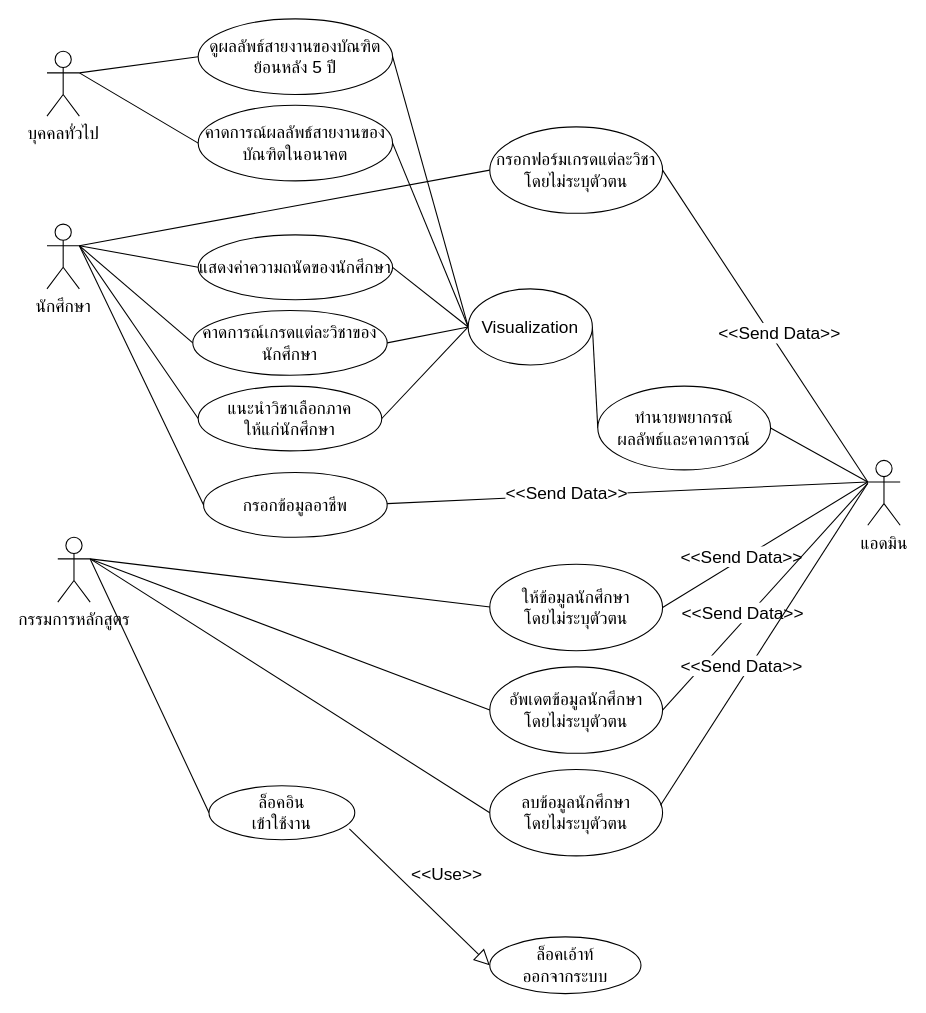
MashMaleLLO/Analytics_and_Prediction_System_for_CE_Curriculum_administrators keeps this draw.io diagram as Design_Architecture/Usecase.drawio. Above is the earlier version. Source tidied: cells renumbered, new cells numbered last; positions are measured from the earlier drawing's top-left corner, leaving out a move shared by most shapes. Both pictures are drawn from the tidied source at 108%, with x=0, y=0 at pixel (46, 18).
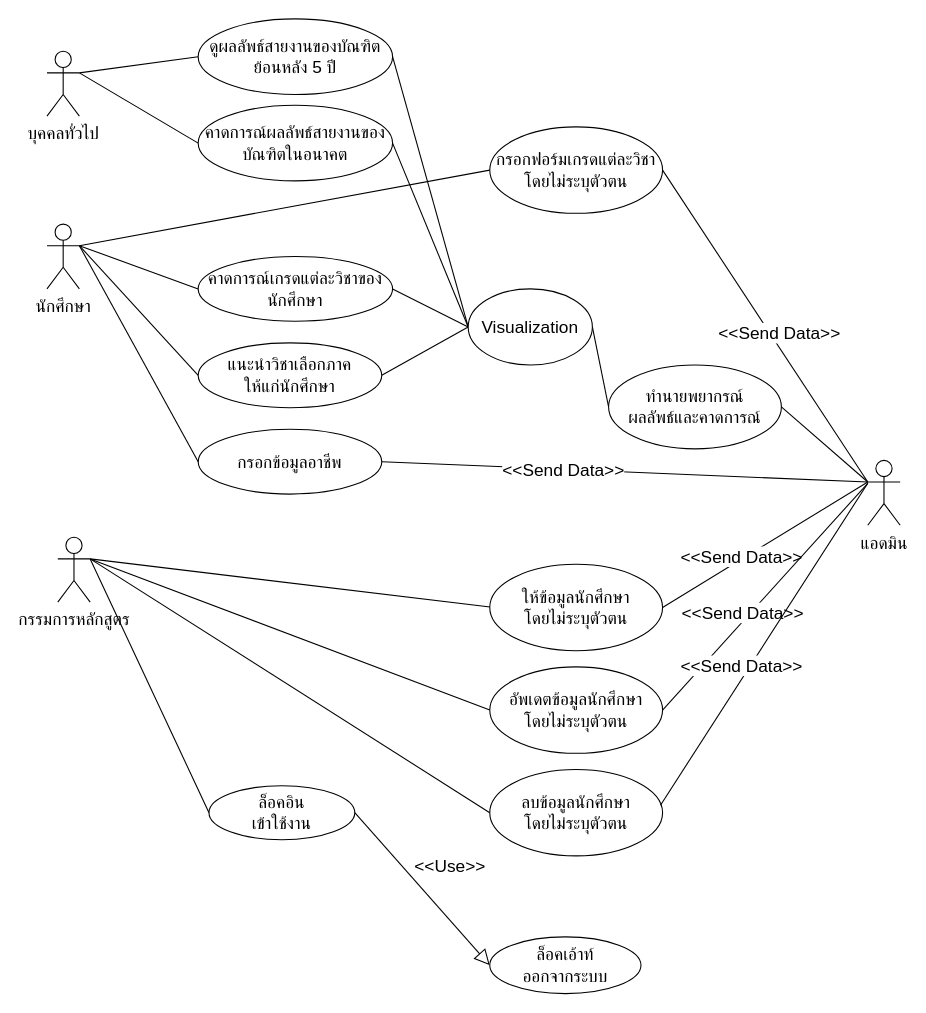
The same diagram, later.

The change refers to these unchanged cells:
```xml
<mxCell id="6" value="นักศึกษา" style="shape=umlActor;verticalLabelPosition=bottom;verticalAlign=top;html=1;outlineConnect=0;fontSize=16;" parent="1" vertex="1">
  <mxGeometry y="190" width="30" height="60" as="geometry" />
</mxCell>
<mxCell id="12" value="ล็อคอิน&lt;br&gt;เข้าใช้งาน" style="ellipse;whiteSpace=wrap;html=1;fontSize=16;" parent="1" vertex="1">
  <mxGeometry x="150" y="710" width="135" height="50" as="geometry" />
</mxCell>
<mxCell id="16" value="ล็อคเอ้าท์&lt;br&gt;ออกจากระบบ" style="ellipse;whiteSpace=wrap;html=1;fontSize=16;" parent="1" vertex="1">
  <mxGeometry x="410" y="850" width="140" height="52.5" as="geometry" />
</mxCell>
<mxCell id="33" value="Visualization" style="ellipse;whiteSpace=wrap;html=1;fontSize=16;" parent="1" vertex="1">
  <mxGeometry x="390" y="250" width="115" height="70.5" as="geometry" />
</mxCell>
```

What changed in the source:
```diff
@@
-    <mxCell id="3" style="edgeStyle=none;rounded=0;jettySize=auto;html=1;exitX=1;exitY=0.3333333333333333;exitDx=0;exitDy=0;exitPerimeter=0;entryX=0;entryY=0.5;entryDx=0;entryDy=0;startArrow=none;startFill=0;endArrow=none;endFill=0;strokeColor=default;fontSize=16;" parent="1" edge="1" source="6" target="22">
-      <mxGeometry relative="1" as="geometry" />
-    </mxCell>
@@
-    <mxCell id="10" style="edgeStyle=none;rounded=0;jettySize=auto;html=1;exitX=0.963;exitY=0.8;exitDx=0;exitDy=0;endArrow=block;endFill=0;startArrow=none;startFill=0;strokeColor=default;entryX=0;entryY=0.5;entryDx=0;entryDy=0;fontSize=16;strokeWidth=1;endSize=12;exitPerimeter=0;" parent="1" edge="1" source="12" target="16">
+    <mxCell id="10" style="edgeStyle=none;rounded=0;jettySize=auto;html=1;exitX=1;exitY=0.5;exitDx=0;exitDy=0;endArrow=block;endFill=0;startArrow=none;startFill=0;strokeColor=default;entryX=0;entryY=0.5;entryDx=0;entryDy=0;fontSize=16;strokeWidth=1;endSize=12;" parent="1" edge="1" source="12" target="16">
       <mxGeometry relative="1" as="geometry" />
     </mxCell>
@@
     <mxCell id="20" value="คาดการณ์เกรดแต่ละวิชาของนักศึกษา" style="ellipse;whiteSpace=wrap;html=1;fontSize=16;" parent="1" vertex="1">
-      <mxGeometry x="135" y="270" width="180" height="60" as="geometry" />
+      <mxGeometry x="140" y="220" width="180" height="60" as="geometry" />
     </mxCell>
     <mxCell id="21" value="แนะนำวิชาเลือกภาค&lt;br&gt;ให้แก่นักศึกษา" style="ellipse;whiteSpace=wrap;html=1;fontSize=16;" parent="1" vertex="1">
-      <mxGeometry x="140" y="340" width="170" height="60" as="geometry" />
+      <mxGeometry x="140" y="300" width="170" height="60" as="geometry" />
     </mxCell>
-    <mxCell id="22" value="แสดงค่าความถนัดของนักศึกษา" style="ellipse;whiteSpace=wrap;html=1;fontSize=16;" parent="1" vertex="1">
-      <mxGeometry x="140" y="200" width="180" height="60" as="geometry" />
-    </mxCell>
@@
     <mxCell id="27" value="ทำนายพยากรณ์&lt;br&gt;ผลลัพธ์และคาดการณ์" style="ellipse;whiteSpace=wrap;html=1;fontSize=16;" parent="1" vertex="1">
-      <mxGeometry x="510" y="340" width="160" height="77.6" as="geometry" />
+      <mxGeometry x="520" y="320.5" width="160" height="77.6" as="geometry" />
     </mxCell>
-    <mxCell id="28" style="edgeStyle=none;rounded=0;jettySize=auto;html=1;exitX=0;exitY=0.5;exitDx=0;exitDy=0;entryX=1;entryY=0.5;entryDx=0;entryDy=0;startArrow=none;startFill=0;endArrow=none;endFill=0;strokeColor=default;fontSize=16;" parent="1" edge="1" source="33" target="22">
-      <mxGeometry relative="1" as="geometry" />
-    </mxCell>
-    <mxCell id="29" style="edgeStyle=none;rounded=0;jettySize=auto;html=1;exitX=0;exitY=0.5;exitDx=0;exitDy=0;entryX=1;entryY=0.5;entryDx=0;entryDy=0;startArrow=none;startFill=0;endArrow=none;endFill=0;strokeColor=default;fontSize=16;" parent="1" edge="1" source="33" target="20">
+    <mxCell id="29" style="edgeStyle=none;rounded=0;jettySize=auto;html=1;exitX=0;exitY=0.5;exitDx=0;exitDy=0;startArrow=none;startFill=0;endArrow=none;endFill=0;strokeColor=default;fontSize=16;entryX=1;entryY=0.5;entryDx=0;entryDy=0;" parent="1" edge="1" source="33" target="20">
       <mxGeometry relative="1" as="geometry" />
     </mxCell>
@@
-    <mxCell id="37" style="edgeStyle=none;rounded=0;orthogonalLoop=1;jettySize=auto;html=1;exitX=0.5;exitY=1;exitDx=0;exitDy=0;startArrow=none;startFill=0;endArrow=none;endFill=0;strokeColor=default;fontSize=16;" parent="1" edge="1" source="22" target="22">
-      <mxGeometry relative="1" as="geometry" />
+    <mxCell id="37" style="edgeStyle=none;rounded=0;orthogonalLoop=1;jettySize=auto;html=1;exitX=0.5;exitY=1;exitDx=0;exitDy=0;startArrow=none;startFill=0;endArrow=none;endFill=0;strokeColor=default;fontSize=16;" parent="1" edge="1">
+      <mxGeometry relative="1" as="geometry">
+        <mxPoint x="230" y="260" as="sourcePoint" />
+        <mxPoint x="230" y="260" as="targetPoint" />
+      </mxGeometry>
     </mxCell>
@@
     <mxCell id="47" value="กรอกข้อมูลอาชีพ" style="ellipse;whiteSpace=wrap;html=1;fontSize=16;" parent="1" vertex="1">
-      <mxGeometry x="145" y="420" width="170" height="60" as="geometry" />
+      <mxGeometry x="140" y="380" width="170" height="60" as="geometry" />
     </mxCell>
@@
-    <mxCell id="49" style="edgeStyle=none;rounded=0;orthogonalLoop=1;jettySize=auto;html=1;exitX=1;exitY=0.5;exitDx=0;exitDy=0;startArrow=none;startFill=0;endArrow=none;endFill=0;strokeColor=default;fontSize=16;" parent="1" edge="1">
+    <mxCell id="49" style="edgeStyle=none;rounded=0;jettySize=auto;html=1;exitX=1;exitY=0.5;exitDx=0;exitDy=0;startArrow=none;startFill=0;endArrow=none;endFill=0;strokeColor=default;fontSize=16;" parent="1" edge="1" source="47">
       <mxGeometry relative="1" as="geometry">
-        <mxPoint x="315" y="448.8" as="sourcePoint" />
         <mxPoint x="760" y="428.8" as="targetPoint" />
       </mxGeometry>
     </mxCell>
```
